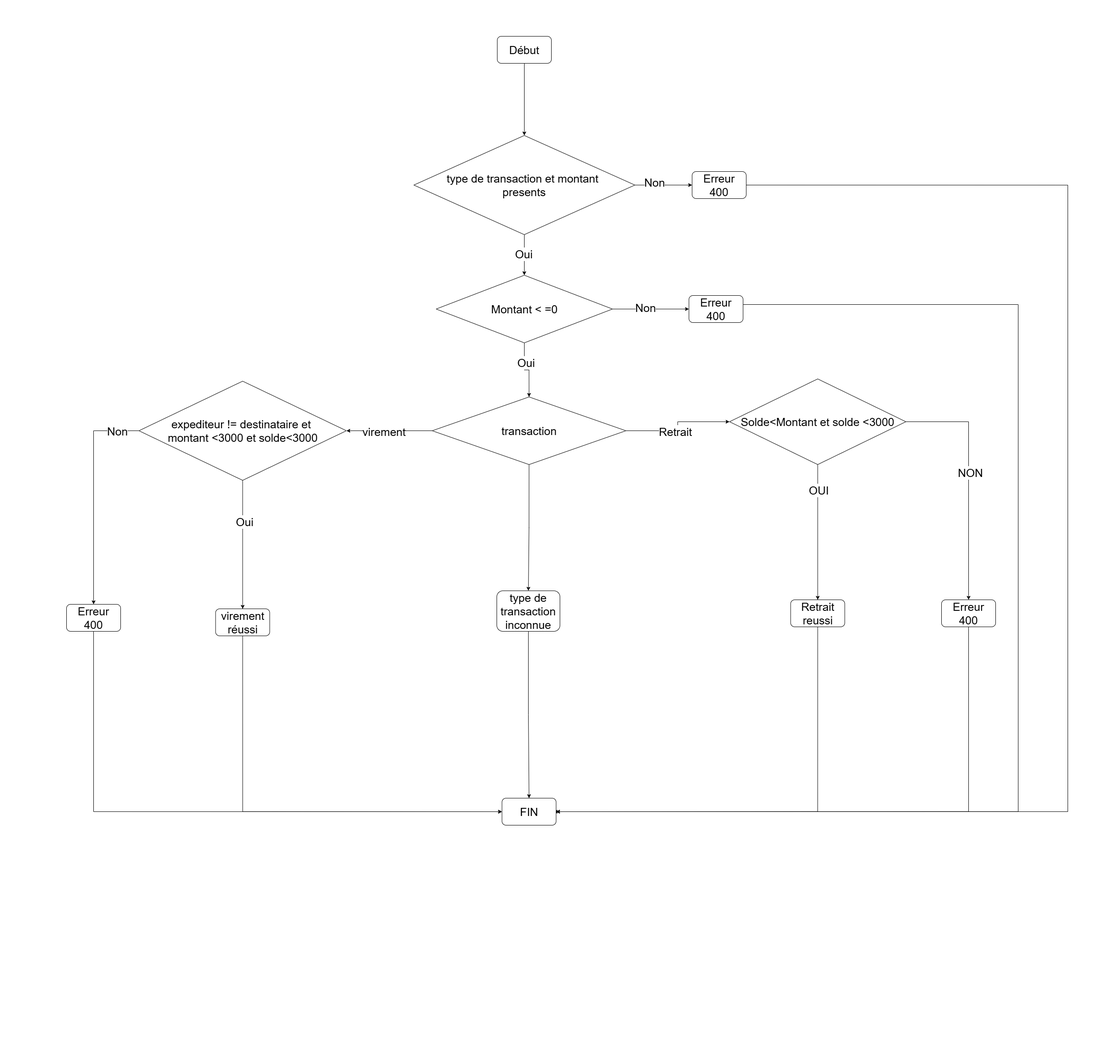
Earlier version of the draw.io export control flow graph de transaction.png (tamssonna2-png/devoir-inf352-api). Source tidied: cells renumbered, new cells last; positions are measured from the earlier drawing's top-left corner, leaving out a move shared by most shapes.
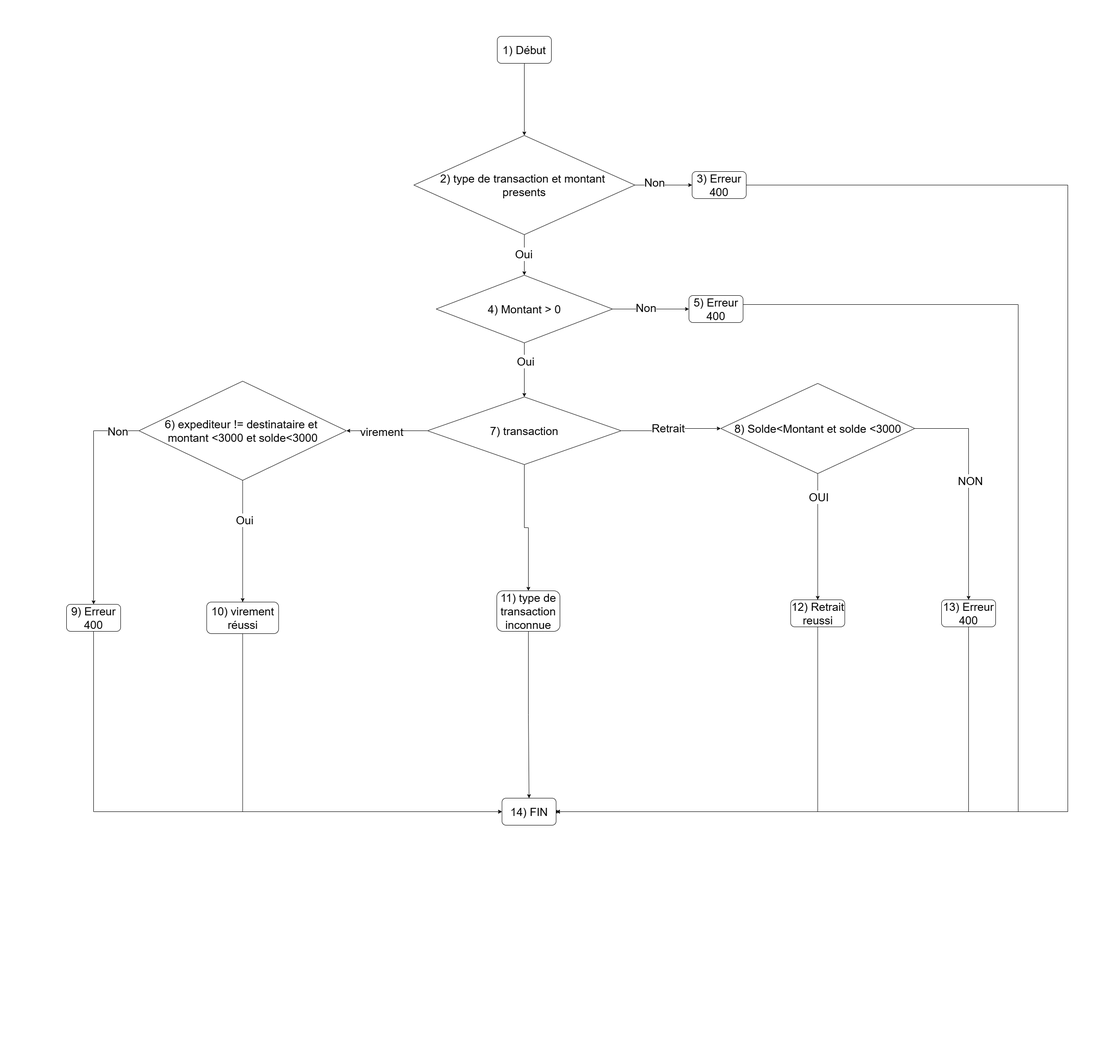
Later version of the same file.

The edit, as a diff of the source:
```diff
@@ -2,7 +2,7 @@
   <root>
     <mxCell id="0" />
     <mxCell id="1" parent="0" />
-    <mxCell id="2" value="&lt;font&gt;Début&lt;/font&gt;" style="rounded=1;whiteSpace=wrap;html=1;fontSize=25;" parent="1" vertex="1">
+    <mxCell id="2" value="&lt;font&gt;1) Début&lt;/font&gt;" style="rounded=1;whiteSpace=wrap;html=1;fontSize=25;" parent="1" vertex="1">
       <mxGeometry x="955" width="120" height="60" as="geometry" />
     </mxCell>
     <mxCell id="3" style="edgeStyle=orthogonalEdgeStyle;rounded=0;jettySize=auto;html=1;exitX=1;exitY=0.5;exitDx=0;exitDy=0;entryX=1;entryY=0.5;entryDx=0;entryDy=0;fontSize=25;" parent="1" edge="1" source="4" target="39">
@@ -13,10 +13,10 @@
         </Array>
       </mxGeometry>
     </mxCell>
-    <mxCell id="4" value="&lt;font&gt;Erreur 400&lt;/font&gt;" style="rounded=1;whiteSpace=wrap;html=1;fontSize=25;" parent="1" vertex="1">
+    <mxCell id="4" value="&lt;font&gt;3) Erreur 400&lt;/font&gt;" style="rounded=1;whiteSpace=wrap;html=1;fontSize=25;" parent="1" vertex="1">
       <mxGeometry x="1387" y="300" width="120" height="60" as="geometry" />
     </mxCell>
-    <mxCell id="5" value="&lt;span&gt;type de transaction et montant&amp;nbsp;&lt;/span&gt;&lt;div&gt;&lt;span&gt;presents&lt;/span&gt;&lt;/div&gt;" style="rhombus;whiteSpace=wrap;html=1;fontSize=25;" parent="1" vertex="1">
+    <mxCell id="5" value="&lt;span&gt;2) type de transaction et montant&amp;nbsp;&lt;/span&gt;&lt;div&gt;&lt;span&gt;presents&lt;/span&gt;&lt;/div&gt;" style="rhombus;whiteSpace=wrap;html=1;fontSize=25;" parent="1" vertex="1">
       <mxGeometry x="770" y="220" width="490" height="220" as="geometry" />
     </mxCell>
     <mxCell id="6" style="edgeStyle=orthogonalEdgeStyle;rounded=0;jettySize=auto;html=1;exitX=1;exitY=0.5;exitDx=0;exitDy=0;entryX=0;entryY=0.5;entryDx=0;entryDy=0;fontSize=25;" parent="1" edge="1" source="10" target="12">
@@ -33,7 +33,7 @@
     <mxCell id="9" value="&lt;span&gt;Oui&lt;/span&gt;" style="edgeLabel;html=1;align=center;verticalAlign=middle;fontSize=25;" parent="8" vertex="1">
       <mxGeometry x="-0.34" y="2" relative="1" as="geometry" />
     </mxCell>
-    <mxCell id="10" value="&lt;span&gt;Montant &amp;lt; =0&lt;/span&gt;" style="rhombus;whiteSpace=wrap;html=1;fontSize=25;" parent="1" vertex="1">
+    <mxCell id="10" value="&lt;span&gt;4) Montant &amp;gt; 0&lt;/span&gt;" style="rhombus;whiteSpace=wrap;html=1;fontSize=25;" parent="1" vertex="1">
       <mxGeometry x="819.5" y="530" width="391" height="150" as="geometry" />
     </mxCell>
     <mxCell id="11" style="edgeStyle=orthogonalEdgeStyle;rounded=0;jettySize=auto;html=1;exitX=1;exitY=0.5;exitDx=0;exitDy=0;fontSize=25;" parent="1" edge="1" source="12">
@@ -45,7 +45,7 @@
         </Array>
       </mxGeometry>
     </mxCell>
-    <mxCell id="12" value="&lt;font&gt;Erreur 400&lt;/font&gt;" style="rounded=1;whiteSpace=wrap;html=1;fontSize=25;" parent="1" vertex="1">
+    <mxCell id="12" value="&lt;font&gt;5) Erreur 400&lt;/font&gt;" style="rounded=1;whiteSpace=wrap;html=1;fontSize=25;" parent="1" vertex="1">
       <mxGeometry x="1380" y="575" width="120" height="60" as="geometry" />
     </mxCell>
     <mxCell id="13" style="edgeStyle=orthogonalEdgeStyle;rounded=0;jettySize=auto;html=1;entryX=1;entryY=0.5;entryDx=0;entryDy=0;fontSize=25;" parent="1" edge="1" source="18" target="28">
@@ -63,8 +63,8 @@
     <mxCell id="17" style="edgeStyle=orthogonalEdgeStyle;rounded=0;jettySize=auto;html=1;exitX=0.5;exitY=1;exitDx=0;exitDy=0;entryX=0.5;entryY=0;entryDx=0;entryDy=0;fontSize=25;" parent="1" edge="1" source="18" target="38">
       <mxGeometry relative="1" as="geometry" />
     </mxCell>
-    <mxCell id="18" value="&lt;span&gt;transaction&lt;/span&gt;" style="rhombus;whiteSpace=wrap;html=1;fontSize=25;" parent="1" vertex="1">
-      <mxGeometry x="810.8" y="800" width="429.5" height="150" as="geometry" />
+    <mxCell id="18" value="&lt;span&gt;7) transaction&lt;/span&gt;" style="rhombus;whiteSpace=wrap;html=1;fontSize=25;" parent="1" vertex="1">
+      <mxGeometry x="800.2" y="800" width="429.5" height="150" as="geometry" />
     </mxCell>
     <mxCell id="19" style="edgeStyle=orthogonalEdgeStyle;rounded=0;jettySize=auto;html=1;exitX=1;exitY=0.5;exitDx=0;exitDy=0;entryX=0.5;entryY=0;entryDx=0;entryDy=0;fontSize=25;" parent="1" edge="1" source="23" target="30">
       <mxGeometry relative="1" as="geometry" />
@@ -82,8 +82,8 @@
         <mxPoint y="1" as="offset" />
       </mxGeometry>
     </mxCell>
-    <mxCell id="23" value="&lt;span&gt;Solde&amp;lt;Montant et solde &amp;lt;3000&lt;/span&gt;" style="rhombus;whiteSpace=wrap;html=1;fontSize=25;" parent="1" vertex="1">
-      <mxGeometry x="1470" y="760" width="391" height="190" as="geometry" />
+    <mxCell id="23" value="&lt;span&gt;8) Solde&amp;lt;Montant et solde &amp;lt;3000&lt;/span&gt;" style="rhombus;whiteSpace=wrap;html=1;fontSize=25;" parent="1" vertex="1">
+      <mxGeometry x="1450.5" y="770" width="430" height="200" as="geometry" />
     </mxCell>
     <mxCell id="24" style="edgeStyle=orthogonalEdgeStyle;rounded=0;jettySize=auto;html=1;exitX=0.5;exitY=1;exitDx=0;exitDy=0;entryX=0.5;entryY=0;entryDx=0;entryDy=0;fontSize=25;" parent="1" edge="1" source="28" target="36">
       <mxGeometry relative="1" as="geometry" />
@@ -99,40 +99,40 @@
     <mxCell id="27" value="&lt;font&gt;Non&lt;/font&gt;" style="edgeLabel;html=1;align=center;verticalAlign=middle;fontSize=25;" parent="26" vertex="1">
       <mxGeometry x="-0.8" relative="1" as="geometry" />
     </mxCell>
-    <mxCell id="28" value="&lt;span&gt;expediteur != destinataire et&amp;nbsp;&lt;/span&gt;&lt;div&gt;&lt;span&gt;montant &amp;lt;3000 et solde&amp;lt;3000&lt;/span&gt;&lt;/div&gt;" style="rhombus;whiteSpace=wrap;html=1;fontSize=25;" parent="1" vertex="1">
+    <mxCell id="28" value="&lt;span&gt;6) expediteur != destinataire et&amp;nbsp;&lt;/span&gt;&lt;div&gt;&lt;span&gt;montant &amp;lt;3000 et solde&amp;lt;3000&lt;/span&gt;&lt;/div&gt;" style="rhombus;whiteSpace=wrap;html=1;fontSize=25;" parent="1" vertex="1">
       <mxGeometry x="160.5" y="765" width="460" height="220" as="geometry" />
     </mxCell>
     <mxCell id="29" style="edgeStyle=orthogonalEdgeStyle;rounded=0;jettySize=auto;html=1;exitX=0.5;exitY=1;exitDx=0;exitDy=0;entryX=1;entryY=0.5;entryDx=0;entryDy=0;fontSize=25;" parent="1" edge="1" source="30" target="39">
       <mxGeometry relative="1" as="geometry" />
     </mxCell>
-    <mxCell id="30" value="&lt;font&gt;Erreur 400&lt;/font&gt;" style="rounded=1;whiteSpace=wrap;html=1;fontSize=25;" parent="1" vertex="1">
+    <mxCell id="30" value="&lt;font&gt;13) Erreur 400&lt;/font&gt;" style="rounded=1;whiteSpace=wrap;html=1;fontSize=25;" parent="1" vertex="1">
       <mxGeometry x="1940" y="1250" width="120" height="60" as="geometry" />
     </mxCell>
     <mxCell id="31" style="edgeStyle=orthogonalEdgeStyle;rounded=0;jettySize=auto;html=1;exitX=0.5;exitY=1;exitDx=0;exitDy=0;entryX=1;entryY=0.5;entryDx=0;entryDy=0;fontSize=25;" parent="1" edge="1" source="32" target="39">
       <mxGeometry relative="1" as="geometry" />
     </mxCell>
-    <mxCell id="32" value="&lt;font&gt;Retrait reussi&lt;/font&gt;" style="rounded=1;whiteSpace=wrap;html=1;fontSize=25;" parent="1" vertex="1">
+    <mxCell id="32" value="&lt;font&gt;12) Retrait reussi&lt;/font&gt;" style="rounded=1;whiteSpace=wrap;html=1;fontSize=25;" parent="1" vertex="1">
       <mxGeometry x="1605.5" y="1250" width="120" height="60" as="geometry" />
     </mxCell>
     <mxCell id="33" style="edgeStyle=orthogonalEdgeStyle;rounded=0;jettySize=auto;html=1;exitX=0.5;exitY=1;exitDx=0;exitDy=0;entryX=0;entryY=0.5;entryDx=0;entryDy=0;fontSize=25;" parent="1" edge="1" source="34" target="39">
       <mxGeometry relative="1" as="geometry" />
     </mxCell>
-    <mxCell id="34" value="&lt;font&gt;Erreur 400&lt;/font&gt;" style="rounded=1;whiteSpace=wrap;html=1;fontSize=25;" parent="1" vertex="1">
+    <mxCell id="34" value="&lt;font&gt;9) Erreur 400&lt;/font&gt;" style="rounded=1;whiteSpace=wrap;html=1;fontSize=25;" parent="1" vertex="1">
       <mxGeometry y="1260" width="120" height="60" as="geometry" />
     </mxCell>
     <mxCell id="35" style="edgeStyle=orthogonalEdgeStyle;rounded=0;jettySize=auto;html=1;exitX=0.5;exitY=1;exitDx=0;exitDy=0;entryX=0;entryY=0.5;entryDx=0;entryDy=0;fontSize=25;" parent="1" edge="1" source="36" target="39">
       <mxGeometry relative="1" as="geometry" />
     </mxCell>
-    <mxCell id="36" value="&lt;font&gt;virement réussi&lt;/font&gt;" style="rounded=1;whiteSpace=wrap;html=1;fontSize=25;" parent="1" vertex="1">
-      <mxGeometry x="330.5" y="1270" width="120" height="60" as="geometry" />
+    <mxCell id="36" value="&lt;font&gt;10) virement réussi&lt;/font&gt;" style="rounded=1;whiteSpace=wrap;html=1;fontSize=25;" parent="1" vertex="1">
+      <mxGeometry x="310.8" y="1255" width="159.5" height="70" as="geometry" />
     </mxCell>
     <mxCell id="37" style="edgeStyle=orthogonalEdgeStyle;rounded=0;jettySize=auto;html=1;exitX=0.5;exitY=1;exitDx=0;exitDy=0;entryX=0.5;entryY=0;entryDx=0;entryDy=0;fontSize=25;" parent="1" edge="1" source="38" target="39">
       <mxGeometry relative="1" as="geometry" />
     </mxCell>
-    <mxCell id="38" value="&lt;font&gt;type de transaction inconnue&lt;/font&gt;" style="rounded=1;whiteSpace=wrap;html=1;fontSize=25;" parent="1" vertex="1">
+    <mxCell id="38" value="&lt;font&gt;11) type de transaction inconnue&lt;/font&gt;" style="rounded=1;whiteSpace=wrap;html=1;fontSize=25;" parent="1" vertex="1">
       <mxGeometry x="954" y="1230" width="140" height="90" as="geometry" />
     </mxCell>
-    <mxCell id="39" value="&lt;font&gt;FIN&lt;/font&gt;" style="rounded=1;whiteSpace=wrap;html=1;fontSize=25;" parent="1" vertex="1">
+    <mxCell id="39" value="&lt;font&gt;14) FIN&lt;/font&gt;" style="rounded=1;whiteSpace=wrap;html=1;fontSize=25;" parent="1" vertex="1">
       <mxGeometry x="965.5" y="1690" width="120" height="60" as="geometry" />
     </mxCell>
     <mxCell id="40" style="endArrow=classic;html=1;rounded=0;exitX=0.5;exitY=1;exitDx=0;exitDy=0;entryX=0.5;entryY=0;entryDx=0;entryDy=0;fontSize=25;" parent="1" edge="1" source="2" target="5">
```
